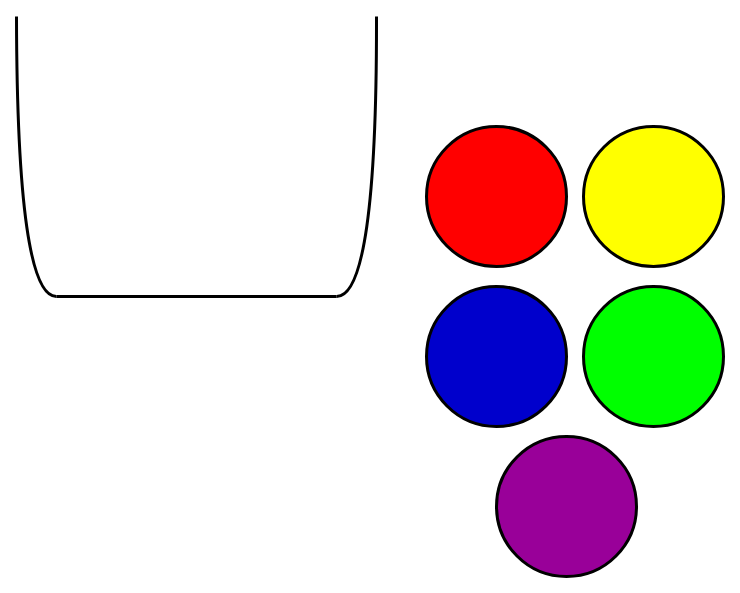
Above: page "Page-1" (1 of 8) of images/Drawings.drawio in Terra-Numerica/Reinforcement-Learning (draw.io), before the change. Source tidied: cells renumbered, new cells numbered last; positions are measured from the earlier drawing's top-left corner, leaving out a move shared by most shapes. Both pictures are drawn from the tidied source at 100%, with x=0, y=0 at pixel (16, 16).
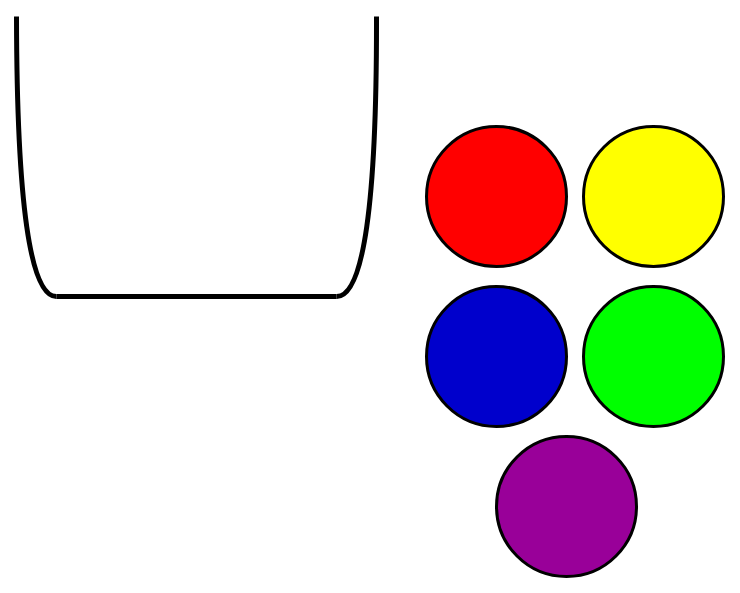
After the change.

Change to the diagram source:
```diff
@@
 <mxGraphModel>
   <root>
     <mxCell id="0" />
     <mxCell id="1" parent="0" />
-    <mxCell id="2" style="endArrow=none;html=1;rounded=0;strokeWidth=3;" parent="1" edge="1">
+    <mxCell id="2" style="endArrow=none;html=1;rounded=0;strokeWidth=5;" parent="1" edge="1">
       <mxGeometry relative="1" as="geometry">
         <mxPoint x="40" y="280" as="sourcePoint" />
         <mxPoint x="320" y="280" as="targetPoint" />
       </mxGeometry>
     </mxCell>
-    <mxCell id="3" style="endArrow=none;html=1;rounded=0;edgeStyle=orthogonalEdgeStyle;curved=1;strokeWidth=3;" parent="1" edge="1">
+    <mxCell id="3" style="endArrow=none;html=1;rounded=0;edgeStyle=orthogonalEdgeStyle;curved=1;strokeWidth=5;" parent="1" edge="1">
       <mxGeometry relative="1" as="geometry">
         <mxPoint x="40" y="280" as="sourcePoint" />
         <mxPoint as="targetPoint" />
       </mxGeometry>
     </mxCell>
     <mxCell id="4" style="ellipse;whiteSpace=wrap;html=1;fillColor=#FF0000;strokeColor=default;strokeWidth=3;" parent="1" vertex="1">
       <mxGeometry x="410" y="110" width="140" height="140" as="geometry" />
     </mxCell>
-    <mxCell id="5" style="endArrow=none;html=1;rounded=0;edgeStyle=orthogonalEdgeStyle;curved=1;strokeWidth=3;" parent="1" edge="1">
+    <mxCell id="5" style="endArrow=none;html=1;rounded=0;edgeStyle=orthogonalEdgeStyle;curved=1;strokeWidth=5;" parent="1" edge="1">
       <mxGeometry relative="1" as="geometry">
         <mxPoint x="320" y="280" as="sourcePoint" />
         <mxPoint x="360" as="targetPoint" />
       </mxGeometry>
     </mxCell>
     <mxCell id="6" style="ellipse;whiteSpace=wrap;html=1;fillColor=#FFFF00;strokeColor=default;strokeWidth=3;" parent="1" vertex="1">
       <mxGeometry x="567" y="110" width="140" height="140" as="geometry" />
     </mxCell>
     <mxCell id="7" style="ellipse;whiteSpace=wrap;html=1;fillColor=#0000CC;strokeColor=default;strokeWidth=3;" parent="1" vertex="1">
       <mxGeometry x="410" y="270" width="140" height="140" as="geometry" />
     </mxCell>
     <mxCell id="8" style="ellipse;whiteSpace=wrap;html=1;fillColor=#00FF00;strokeColor=default;strokeWidth=3;" parent="1" vertex="1">
       <mxGeometry x="567" y="270" width="140" height="140" as="geometry" />
     </mxCell>
     <mxCell id="9" style="ellipse;whiteSpace=wrap;html=1;fillColor=#990099;strokeColor=default;strokeWidth=3;" parent="1" vertex="1">
       <mxGeometry x="480" y="420" width="140" height="140" as="geometry" />
     </mxCell>
   </root>
 </mxGraphModel>
```
